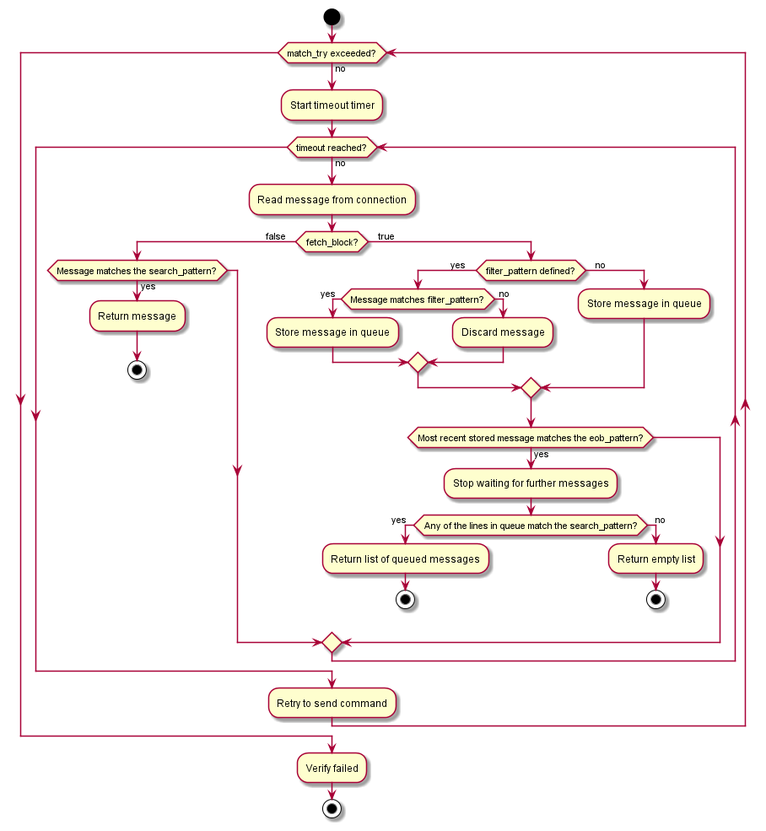
The PlantUML diagram packagedoc/additional_docs/pictures/verify_activity.png in test-fullautomation/robotframework-qconnect-base, before a commit.
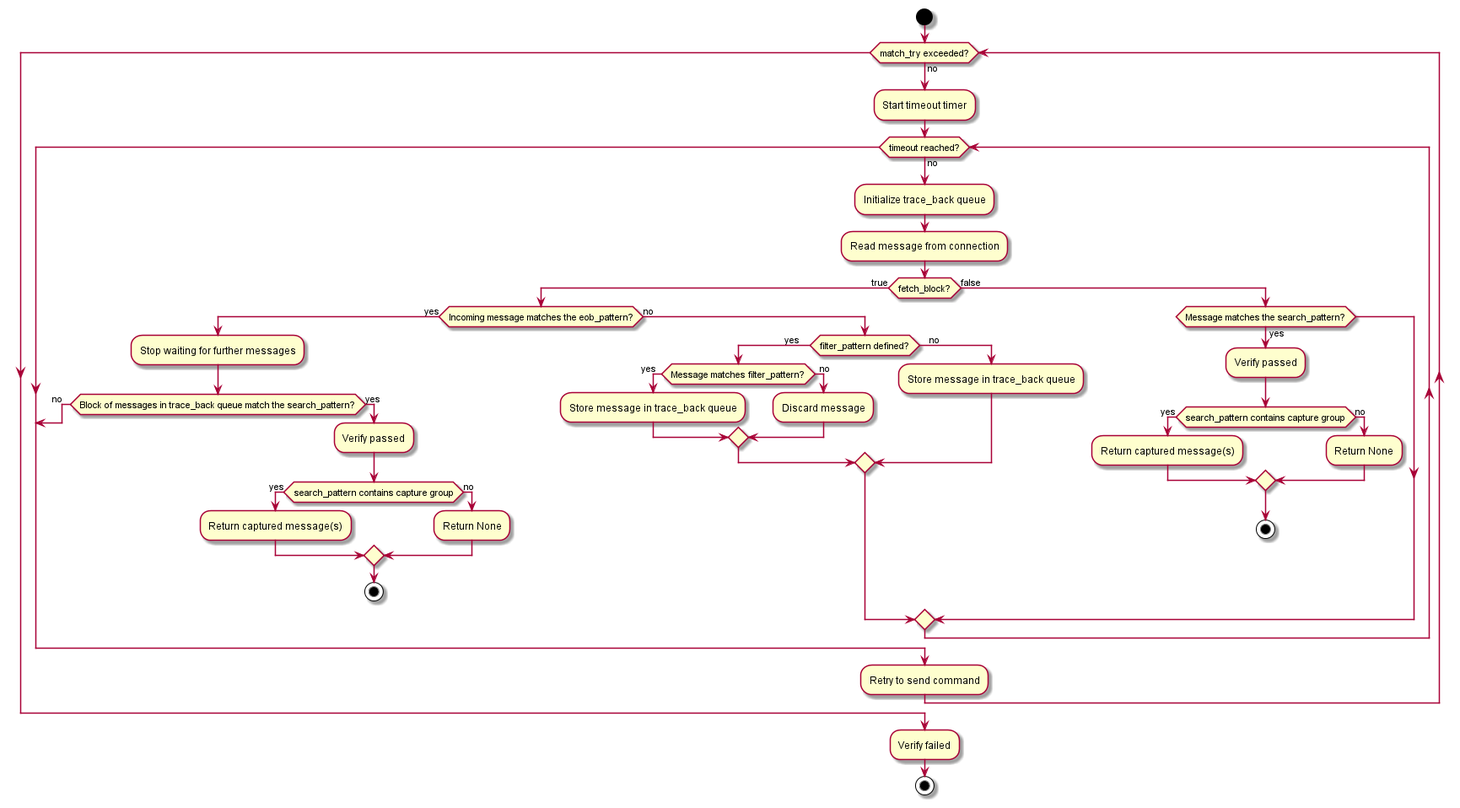
Above is the later version.

Commit message:
add generated uml and pdf files

Change to the diagram source:
```diff
@@ -1,36 +1,46 @@
 @startuml
-|QConnectBase|
+|title QConnectBase verify keyword|
 start
 while (match_try exceeded?) is (no)
    :Start timeout timer;
    while (timeout reached?) is (no)
+      :Initialize trace_back queue;
       :Read message from connection;
-      if (fetch_block?) then (false    )
-            if (Message matches the search_pattern?) then (yes)
-               :Return message;
+      if (fetch_block?) then (true)
+         if (Incoming message matches the eob_pattern?) then (yes)
+            :Stop waiting for further messages;
+            if (Block of messages in trace_back queue match the search_pattern?) then (no   )
+               break
+            else (yes)
+               :Verify passed;
+               if (search_pattern contains capture group) then (yes)
+                  :Return captured message(s);
+               else (no)
+                  :Return None;
+               endif
                stop
             endif
-      else (    true)
+         else (no)
             if (filter_pattern defined?) then (yes    )
                if (Message matches filter_pattern?) then (yes  )
-                  :Store message in queue;
+                  :Store message in trace_back queue;
                else (  no)
                   :Discard message;
                endif
             else (    no)
-               :Store message in queue;
+               :Store message in trace_back queue;
             endif
-
-            if (Most recent stored message matches the eob_pattern?) then (yes)
-               :Stop waiting for further messages;
-               if (Any of the lines in queue match the search_pattern?) then (yes   )
-                  :Return list of queued messages;
-                  stop
-               else (   no)
-                  :Return empty list;
-                  stop
-               endif
+         endif
+      else (false)
+         if (Message matches the search_pattern?) then (yes)
+            :Verify passed;
+            if (search_pattern contains capture group) then (yes)
+               :Return captured message(s);
+            else (no)
+               :Return None;
             endif
+            stop
+         endif
       endif
    endwhile
    :Retry to send command;
```
